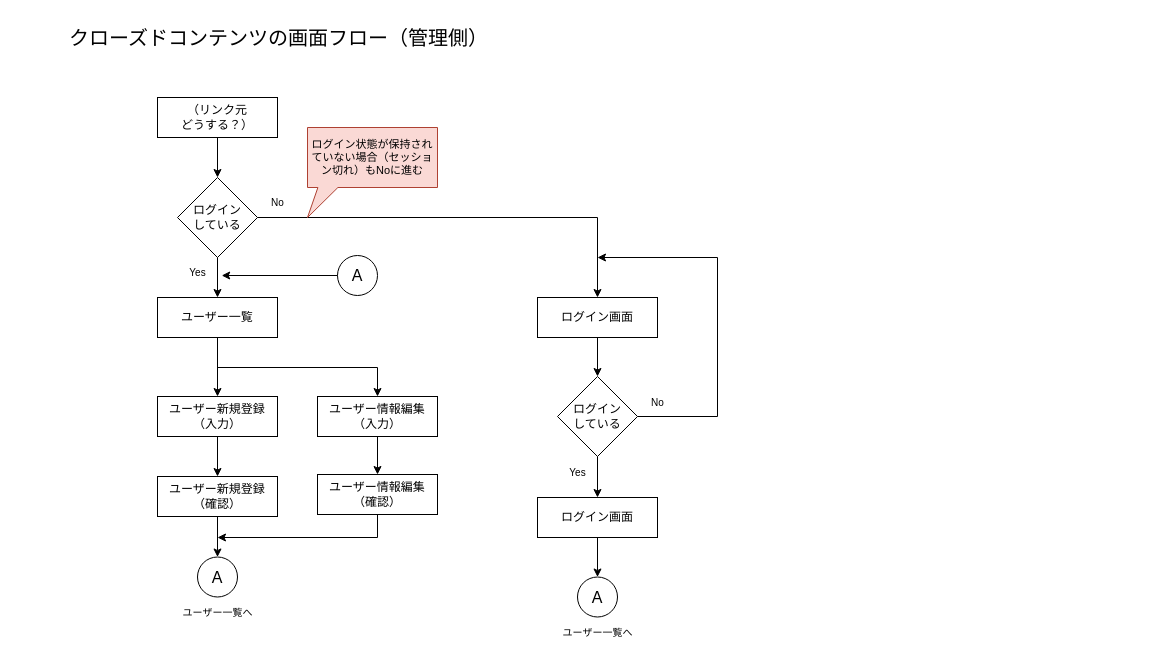
The draw.io diagram page "管理側" (2 of 2) of クローズドコンテンツ_画面フロー.drawio in iims-engineers/iims_closed, before the edit. Source tidied: cells renumbered, new cells numbered last; positions are measured from the earlier drawing's top-left corner, leaving out a move shared by most shapes. Both pictures are drawn from the tidied source at 100%, with x=0, y=0 at pixel (67, 17).
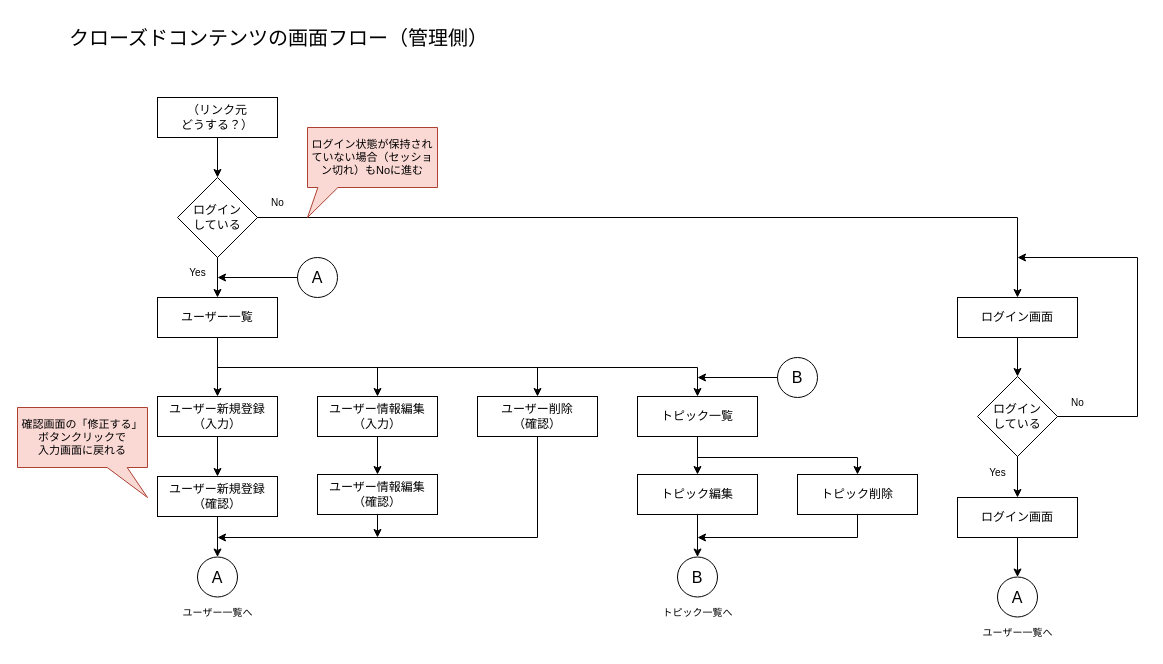
After the change.

Unchanged cells that the change refers to:
```xml
<mxCell id="6" value="ログイン&lt;br&gt;している" style="rhombus;whiteSpace=wrap;html=1;fontSize=12;" parent="1" vertex="1">
  <mxGeometry x="110" y="160" width="80" height="80" as="geometry" />
</mxCell>
<mxCell id="9" value="&lt;font style=&quot;font-size: 10px;&quot;&gt;Yes&lt;/font&gt;" style="text;html=1;align=center;verticalAlign=middle;points=[];strokeColor=none;fillColor=none;fontSize=10;" parent="1" vertex="1">
  <mxGeometry x="110" y="240" width="40" height="30" as="geometry" />
</mxCell>
<mxCell id="15" value="ユーザー情報編集&lt;br&gt;（入力）" style="whiteSpace=wrap;html=1;" parent="1" vertex="1">
  <mxGeometry x="250" y="379" width="120" height="40" as="geometry" />
</mxCell>
<mxCell id="23" value="ユーザー情報編集&lt;br&gt;（確認）" style="whiteSpace=wrap;html=1;" parent="1" vertex="1">
  <mxGeometry x="250" y="457" width="120" height="40" as="geometry" />
</mxCell>
```

Diff of the diagram source:
```diff
@@
     <mxCell id="8" style="edgeStyle=none;jettySize=auto;html=1;rounded=0;exitX=1;exitY=0.5;exitDx=0;exitDy=0;entryX=0.5;entryY=0;entryDx=0;entryDy=0;" parent="1" edge="1" source="6" target="25">
       <mxGeometry relative="1" as="geometry">
         <Array as="points">
-          <mxPoint x="530" y="200" />
+          <mxPoint x="950" y="200" />
         </Array>
       </mxGeometry>
     </mxCell>
@@
     <mxCell id="13" value="A" style="ellipse;whiteSpace=wrap;html=1;fontSize=16;" parent="1" vertex="1">
-      <mxGeometry x="270" y="238" width="40" height="40" as="geometry" />
+      <mxGeometry x="230" y="240" width="40" height="40" as="geometry" />
     </mxCell>
-    <mxCell id="14" style="edgeStyle=none;jettySize=auto;html=1;rounded=0;exitX=0;exitY=0.5;exitDx=0;exitDy=0;entryX=1.105;entryY=0.6;entryDx=0;entryDy=0;entryPerimeter=0;" parent="1" edge="1" source="13" target="9">
-      <mxGeometry relative="1" as="geometry" />
+    <mxCell id="14" style="edgeStyle=none;jettySize=auto;html=1;rounded=0;exitX=0;exitY=0.5;exitDx=0;exitDy=0;" parent="1" edge="1" source="13">
+      <mxGeometry relative="1" as="geometry">
+        <mxPoint x="150" y="260" as="targetPoint" />
+      </mxGeometry>
     </mxCell>
@@
     <mxCell id="17" style="edgeStyle=none;jettySize=auto;html=1;rounded=0;exitX=0.5;exitY=1;exitDx=0;exitDy=0;" parent="1" edge="1" source="23">
       <mxGeometry relative="1" as="geometry">
-        <mxPoint x="150" y="520" as="targetPoint" />
-        <Array as="points">
-          <mxPoint x="310" y="520" />
-        </Array>
+        <mxPoint x="310" y="520" as="targetPoint" />
       </mxGeometry>
     </mxCell>
-    <mxCell id="18" style="edgeStyle=none;jettySize=auto;html=1;rounded=0;entryX=0.5;entryY=0;entryDx=0;entryDy=0;" parent="1" edge="1" target="15">
+    <mxCell id="18" style="edgeStyle=none;jettySize=auto;html=1;rounded=0;entryX=0.5;entryY=0;entryDx=0;entryDy=0;" parent="1" edge="1" target="41">
       <mxGeometry relative="1" as="geometry">
         <mxPoint x="150" y="350" as="sourcePoint" />
         <Array as="points">
-          <mxPoint x="310" y="350" />
+          <mxPoint x="630" y="350" />
         </Array>
       </mxGeometry>
     </mxCell>
@@
     <mxCell id="25" value="ログイン画面" style="whiteSpace=wrap;html=1;" parent="1" vertex="1">
-      <mxGeometry x="470" y="280" width="120" height="40" as="geometry" />
+      <mxGeometry x="890" y="280" width="120" height="40" as="geometry" />
     </mxCell>
     <mxCell id="26" value="ログイン&lt;br&gt;している" style="rhombus;whiteSpace=wrap;html=1;fontSize=12;" parent="1" vertex="1">
-      <mxGeometry x="490" y="359" width="80" height="80" as="geometry" />
+      <mxGeometry x="910" y="359" width="80" height="80" as="geometry" />
     </mxCell>
@@
     <mxCell id="28" value="&lt;font style=&quot;font-size: 10px;&quot;&gt;Yes&lt;/font&gt;" style="text;html=1;align=center;verticalAlign=middle;strokeColor=none;fillColor=none;fontSize=10;" parent="1" vertex="1">
-      <mxGeometry x="490" y="440" width="40" height="30" as="geometry" />
+      <mxGeometry x="910" y="440" width="40" height="30" as="geometry" />
     </mxCell>
     <mxCell id="29" value="&lt;font style=&quot;font-size: 10px;&quot;&gt;No&lt;/font&gt;" style="text;html=1;align=center;verticalAlign=middle;strokeColor=none;fillColor=none;fontSize=10;" parent="1" vertex="1">
-      <mxGeometry x="570" y="370" width="40" height="30" as="geometry" />
+      <mxGeometry x="990" y="370" width="40" height="30" as="geometry" />
     </mxCell>
     <mxCell id="30" value="ログイン画面" style="whiteSpace=wrap;html=1;" parent="1" vertex="1">
-      <mxGeometry x="470" y="480" width="120" height="40" as="geometry" />
+      <mxGeometry x="890" y="480" width="120" height="40" as="geometry" />
     </mxCell>
@@
     <mxCell id="33" style="edgeStyle=none;jettySize=auto;html=1;rounded=0;exitX=1;exitY=0.5;exitDx=0;exitDy=0;" parent="1" edge="1" source="26">
       <mxGeometry relative="1" as="geometry">
-        <mxPoint x="530" y="240" as="targetPoint" />
+        <mxPoint x="950" y="240" as="targetPoint" />
         <Array as="points">
-          <mxPoint x="650" y="399" />
-          <mxPoint x="650" y="240" />
+          <mxPoint x="1070" y="399" />
+          <mxPoint x="1070" y="240" />
         </Array>
       </mxGeometry>
     </mxCell>
     <mxCell id="34" value="A" style="ellipse;whiteSpace=wrap;html=1;fontSize=16;" parent="1" vertex="1">
-      <mxGeometry x="510" y="559.5" width="40" height="40" as="geometry" />
+      <mxGeometry x="930" y="559.5" width="40" height="40" as="geometry" />
     </mxCell>
     <mxCell id="35" value="ユーザー一覧へ" style="text;html=1;align=center;verticalAlign=middle;strokeColor=none;fillColor=none;fontSize=10;" parent="1" vertex="1">
-      <mxGeometry x="485" y="599.5" width="90" height="30" as="geometry" />
+      <mxGeometry x="905" y="599.5" width="90" height="30" as="geometry" />
     </mxCell>
@@
+    <mxCell id="37" value="確認画面の「修正する」ボタンクリックで&lt;br&gt;入力画面に戻れる" style="shape=callout;whiteSpace=wrap;html=1;perimeter=calloutPerimeter;fontSize=11;size=30;position=0.69;position2=1;fillColor=#fad9d5;strokeColor=#ae4132;base=20;" parent="1" vertex="1">
+      <mxGeometry x="-50" y="390" width="130" height="90" as="geometry" />
+    </mxCell>
+    <mxCell id="38" value="ユーザー削除&lt;br&gt;（確認）" style="whiteSpace=wrap;html=1;" parent="1" vertex="1">
+      <mxGeometry x="410" y="379" width="120" height="40" as="geometry" />
+    </mxCell>
+    <mxCell id="39" style="edgeStyle=none;jettySize=auto;html=1;rounded=0;exitX=0.5;exitY=1;exitDx=0;exitDy=0;" parent="1" edge="1" source="38">
+      <mxGeometry relative="1" as="geometry">
+        <mxPoint x="150" y="520" as="targetPoint" />
+        <Array as="points">
+          <mxPoint x="470" y="520" />
+        </Array>
+      </mxGeometry>
+    </mxCell>
+    <mxCell id="40" style="edgeStyle=none;jettySize=auto;html=1;rounded=0;entryX=0.5;entryY=0;entryDx=0;entryDy=0;" parent="1" edge="1" target="15">
+      <mxGeometry relative="1" as="geometry">
+        <mxPoint x="310" y="350" as="sourcePoint" />
+      </mxGeometry>
+    </mxCell>
+    <mxCell id="41" value="トピック一覧" style="whiteSpace=wrap;html=1;" parent="1" vertex="1">
+      <mxGeometry x="570" y="379" width="120" height="40" as="geometry" />
+    </mxCell>
+    <mxCell id="42" style="edgeStyle=none;jettySize=auto;html=1;rounded=0;exitX=0.5;exitY=1;exitDx=0;exitDy=0;entryX=0.5;entryY=0;entryDx=0;entryDy=0;" parent="1" edge="1" source="43" target="48">
+      <mxGeometry relative="1" as="geometry" />
+    </mxCell>
+    <mxCell id="43" value="トピック編集" style="whiteSpace=wrap;html=1;" parent="1" vertex="1">
+      <mxGeometry x="570" y="457" width="120" height="40" as="geometry" />
+    </mxCell>
+    <mxCell id="44" style="edgeStyle=none;jettySize=auto;html=1;rounded=0;entryX=0.5;entryY=0;entryDx=0;entryDy=0;exitX=0.5;exitY=1;exitDx=0;exitDy=0;" parent="1" edge="1" target="43">
+      <mxGeometry relative="1" as="geometry">
+        <mxPoint x="630" y="419" as="sourcePoint" />
+      </mxGeometry>
+    </mxCell>
+    <mxCell id="45" value="トピック削除" style="whiteSpace=wrap;html=1;" parent="1" vertex="1">
+      <mxGeometry x="730" y="457" width="120" height="40" as="geometry" />
+    </mxCell>
+    <mxCell id="46" style="edgeStyle=none;jettySize=auto;html=1;rounded=0;entryX=0.5;entryY=0;entryDx=0;entryDy=0;" parent="1" edge="1" target="38">
+      <mxGeometry relative="1" as="geometry">
+        <mxPoint x="470" y="350" as="sourcePoint" />
+      </mxGeometry>
+    </mxCell>
+    <mxCell id="47" style="edgeStyle=none;jettySize=auto;html=1;rounded=0;entryX=0.5;entryY=0;entryDx=0;entryDy=0;" parent="1" edge="1" target="45">
+      <mxGeometry relative="1" as="geometry">
+        <mxPoint x="630" y="440" as="sourcePoint" />
+        <Array as="points">
+          <mxPoint x="790" y="440" />
+        </Array>
+      </mxGeometry>
+    </mxCell>
+    <mxCell id="48" value="B" style="ellipse;whiteSpace=wrap;html=1;fontSize=16;" parent="1" vertex="1">
+      <mxGeometry x="610" y="539.5" width="40" height="40" as="geometry" />
+    </mxCell>
+    <mxCell id="49" value="トピック一覧へ" style="text;html=1;align=center;verticalAlign=middle;strokeColor=none;fillColor=none;fontSize=10;" parent="1" vertex="1">
+      <mxGeometry x="585" y="579.5" width="90" height="30" as="geometry" />
+    </mxCell>
+    <mxCell id="50" style="edgeStyle=none;jettySize=auto;html=1;rounded=0;exitX=0.5;exitY=1;exitDx=0;exitDy=0;" parent="1" edge="1" source="45">
+      <mxGeometry relative="1" as="geometry">
+        <mxPoint x="630" y="520" as="targetPoint" />
+        <Array as="points">
+          <mxPoint x="790" y="520" />
+        </Array>
+      </mxGeometry>
+    </mxCell>
+    <mxCell id="51" value="B" style="ellipse;whiteSpace=wrap;html=1;fontSize=16;" parent="1" vertex="1">
+      <mxGeometry x="710" y="340" width="40" height="40" as="geometry" />
+    </mxCell>
+    <mxCell id="52" style="edgeStyle=none;jettySize=auto;html=1;rounded=0;exitX=0;exitY=0.5;exitDx=0;exitDy=0;" parent="1" edge="1" source="51">
+      <mxGeometry relative="1" as="geometry">
+        <mxPoint x="630" y="360" as="targetPoint" />
+      </mxGeometry>
+    </mxCell>
```
